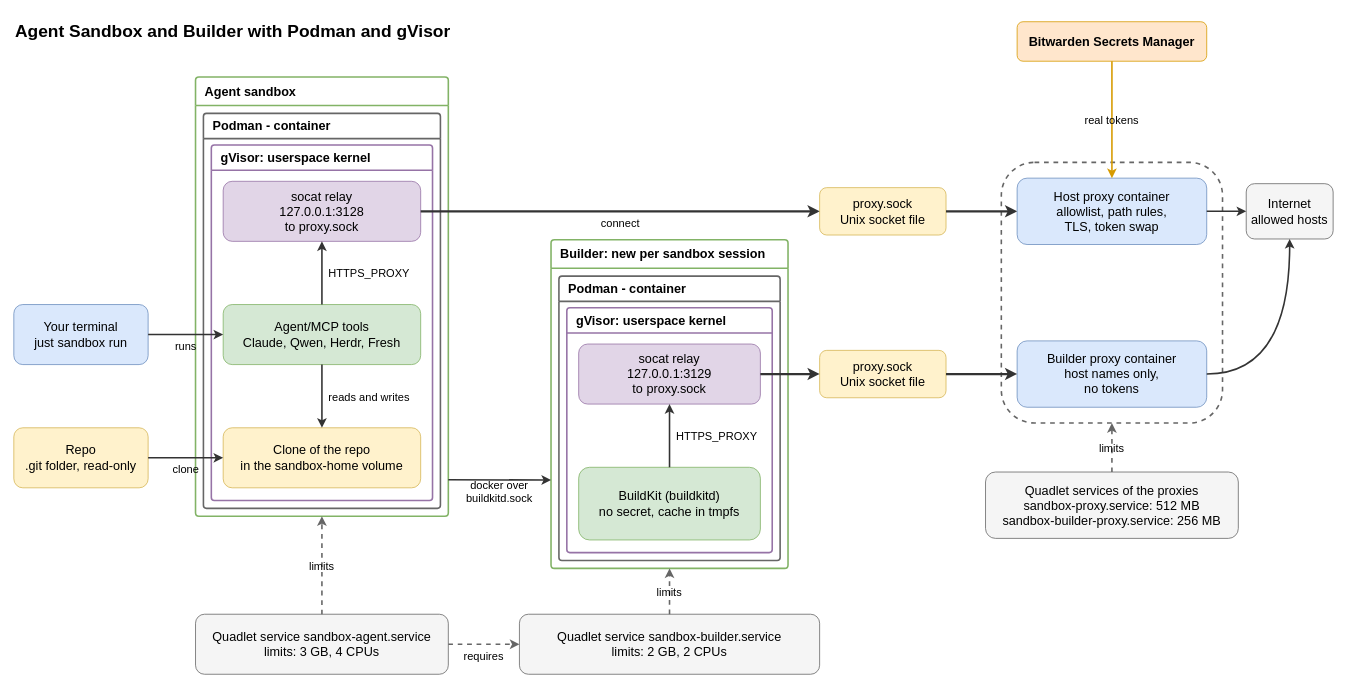
Before: .sandbox/docs/diagrams/architecture.drawio in raghav19/engineersdaybook, a draw.io diagram. Source tidied: cells renumbered, new cells numbered last; positions are measured from the earlier drawing's top-left corner, leaving out a move shared by most shapes. Both pictures are drawn from the tidied source at 79%, with x=0, y=0 at pixel (13, 13).
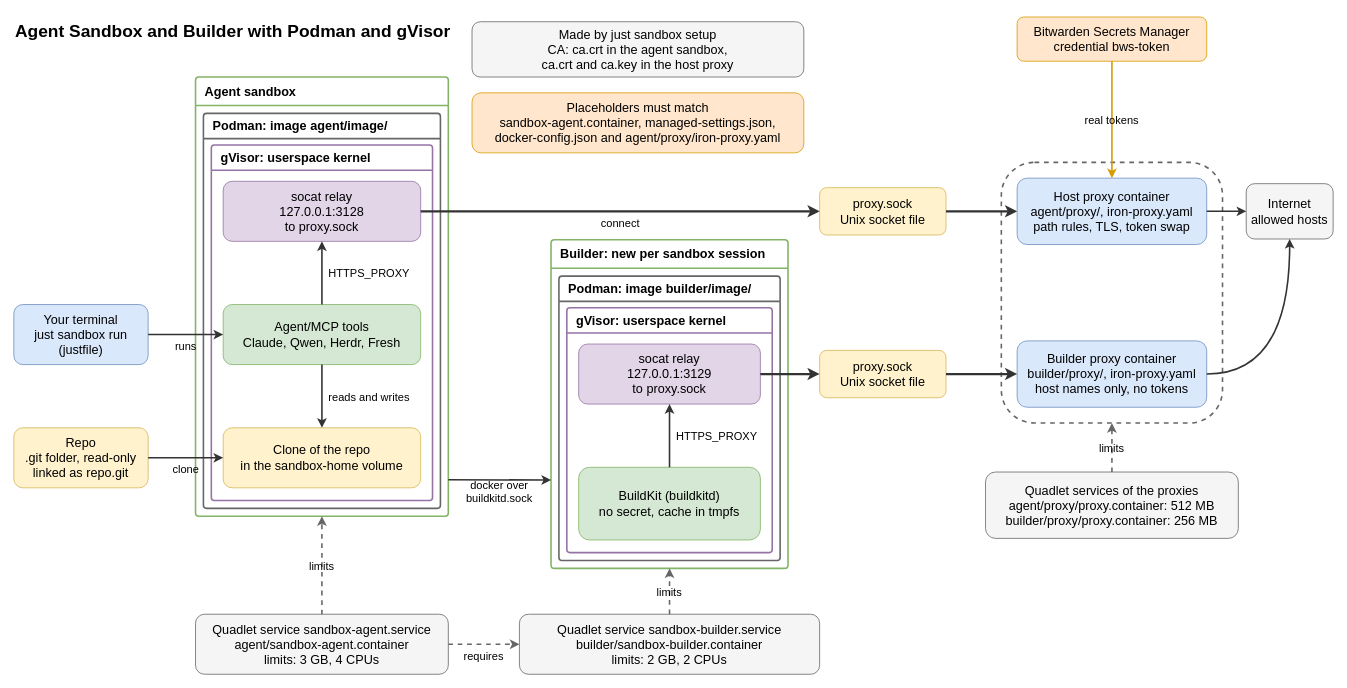
The same page after the edit.

Commit message (it also covers changes not shown here):
docs: show the files in the architecture diagram, not in a separate diagram

Diff of the diagram source:
```diff
@@
-    <mxCell id="3" value="Your terminal&#10;just sandbox run" style="rounded=1;whiteSpace=wrap;html=0;fontSize=16;fillColor=#dae8fc;strokeColor=#6c8ebf;" parent="1" vertex="1">
+    <mxCell id="3" value="Your terminal&#10;just sandbox run&#10;(justfile)" style="rounded=1;whiteSpace=wrap;html=0;fontSize=16;fillColor=#dae8fc;strokeColor=#6c8ebf;" parent="1" vertex="1">
       <mxGeometry y="368" width="170" height="76" as="geometry" />
     </mxCell>
-    <mxCell id="4" value="Repo&#10;.git folder, read-only" style="rounded=1;whiteSpace=wrap;html=0;fontSize=16;fillColor=#fff2cc;strokeColor=#d6b656;" parent="1" vertex="1">
+    <mxCell id="4" value="Repo&#10;.git folder, read-only&#10;linked as repo.git" style="rounded=1;whiteSpace=wrap;html=0;fontSize=16;fillColor=#fff2cc;strokeColor=#d6b656;" parent="1" vertex="1">
       <mxGeometry y="524" width="170" height="76" as="geometry" />
     </mxCell>
@@
-    <mxCell id="6" value="Podman - container" style="swimlane;rounded=1;arcSize=4;startSize=32;whiteSpace=wrap;html=0;fontSize=16;fillColor=#ffffff;strokeColor=#666666;align=left;spacingLeft=10;strokeWidth=2;" parent="1" vertex="1">
+    <mxCell id="6" value="Podman: image agent/image/" style="swimlane;rounded=1;arcSize=4;startSize=32;whiteSpace=wrap;html=0;fontSize=16;fillColor=#ffffff;strokeColor=#666666;align=left;spacingLeft=10;strokeWidth=2;" parent="1" vertex="1">
       <mxGeometry x="240" y="126" width="300" height="500" as="geometry" />
     </mxCell>
@@
-    <mxCell id="11" value="Quadlet service sandbox-agent.service&#10;limits: 3 GB, 4 CPUs" style="rounded=1;whiteSpace=wrap;html=0;fontSize=16;fillColor=#f5f5f5;strokeColor=#666666;" parent="1" vertex="1">
+    <mxCell id="11" value="Quadlet service sandbox-agent.service&#10;agent/sandbox-agent.container&#10;limits: 3 GB, 4 CPUs" style="rounded=1;whiteSpace=wrap;html=0;fontSize=16;fillColor=#f5f5f5;strokeColor=#666666;" parent="1" vertex="1">
       <mxGeometry x="230" y="760" width="320" height="76" as="geometry" />
     </mxCell>
@@
-    <mxCell id="13" value="Podman - container" style="swimlane;rounded=1;arcSize=4;startSize=32;whiteSpace=wrap;html=0;fontSize=16;fillColor=#ffffff;strokeColor=#666666;align=left;spacingLeft=10;strokeWidth=2;" parent="1" vertex="1">
+    <mxCell id="13" value="Podman: image builder/image/" style="swimlane;rounded=1;arcSize=4;startSize=32;whiteSpace=wrap;html=0;fontSize=16;fillColor=#ffffff;strokeColor=#666666;align=left;spacingLeft=10;strokeWidth=2;" parent="1" vertex="1">
       <mxGeometry x="690" y="332" width="280" height="360" as="geometry" />
     </mxCell>
@@
-    <mxCell id="17" value="Quadlet service sandbox-builder.service&#10;limits: 2 GB, 2 CPUs" style="rounded=1;whiteSpace=wrap;html=0;fontSize=16;fillColor=#f5f5f5;strokeColor=#666666;" parent="1" vertex="1">
+    <mxCell id="17" value="Quadlet service sandbox-builder.service&#10;builder/sandbox-builder.container&#10;limits: 2 GB, 2 CPUs" style="rounded=1;whiteSpace=wrap;html=0;fontSize=16;fillColor=#f5f5f5;strokeColor=#666666;" parent="1" vertex="1">
       <mxGeometry x="640" y="760" width="380" height="76" as="geometry" />
     </mxCell>
-    <mxCell id="18" value="Bitwarden Secrets Manager" style="rounded=1;whiteSpace=wrap;html=0;fontSize=16;fillColor=#ffe6cc;strokeColor=#d79b00;fontStyle=1;" parent="1" vertex="1">
-      <mxGeometry x="1270" y="10" width="240" height="50" as="geometry" />
+    <mxCell id="18" value="Bitwarden Secrets Manager&#10;credential bws-token" style="rounded=1;whiteSpace=wrap;html=0;fontSize=16;fillColor=#ffe6cc;strokeColor=#d79b00;" parent="1" vertex="1">
+      <mxGeometry x="1270" y="4" width="240" height="56" as="geometry" />
     </mxCell>
+    <mxCell id="43" value="Made by just sandbox setup&#10;CA: ca.crt in the agent sandbox,&#10;ca.crt and ca.key in the host proxy" style="rounded=1;whiteSpace=wrap;html=0;fontSize=16;fillColor=#f5f5f5;strokeColor=#666666;" parent="1" vertex="1">
+      <mxGeometry x="580" y="10" width="420" height="70" as="geometry" />
+    </mxCell>
+    <mxCell id="44" value="Placeholders must match&#10;sandbox-agent.container, managed-settings.json,&#10;docker-config.json and agent/proxy/iron-proxy.yaml" style="rounded=1;whiteSpace=wrap;html=0;fontSize=16;fillColor=#ffe6cc;strokeColor=#d79b00;" parent="1" vertex="1">
+      <mxGeometry x="580" y="100" width="420" height="76" as="geometry" />
+    </mxCell>
@@
-    <mxCell id="22" value="Host proxy container&#10;allowlist, path rules,&#10;TLS, token swap" style="rounded=1;whiteSpace=wrap;html=0;fontSize=16;fillColor=#dae8fc;strokeColor=#6c8ebf;" parent="1" vertex="1">
+    <mxCell id="22" value="Host proxy container&#10;agent/proxy/, iron-proxy.yaml&#10;path rules, TLS, token swap" style="rounded=1;whiteSpace=wrap;html=0;fontSize=16;fillColor=#dae8fc;strokeColor=#6c8ebf;" parent="1" vertex="1">
       <mxGeometry x="1270" y="208" width="240" height="84" as="geometry" />
     </mxCell>
-    <mxCell id="23" value="Builder proxy container&#10;host names only,&#10;no tokens" style="rounded=1;whiteSpace=wrap;html=0;fontSize=16;fillColor=#dae8fc;strokeColor=#6c8ebf;" parent="1" vertex="1">
+    <mxCell id="23" value="Builder proxy container&#10;builder/proxy/, iron-proxy.yaml&#10;host names only, no tokens" style="rounded=1;whiteSpace=wrap;html=0;fontSize=16;fillColor=#dae8fc;strokeColor=#6c8ebf;" parent="1" vertex="1">
       <mxGeometry x="1270" y="414" width="240" height="84" as="geometry" />
     </mxCell>
-    <mxCell id="24" value="Quadlet services of the proxies&#10;sandbox-proxy.service: 512 MB&#10;sandbox-builder-proxy.service: 256 MB" style="rounded=1;whiteSpace=wrap;html=0;fontSize=16;fillColor=#f5f5f5;strokeColor=#666666;" parent="1" vertex="1">
+    <mxCell id="24" value="Quadlet services of the proxies&#10;agent/proxy/proxy.container: 512 MB&#10;builder/proxy/proxy.container: 256 MB" style="rounded=1;whiteSpace=wrap;html=0;fontSize=16;fillColor=#f5f5f5;strokeColor=#666666;" parent="1" vertex="1">
       <mxGeometry x="1230" y="580" width="320" height="84" as="geometry" />
     </mxCell>
```
